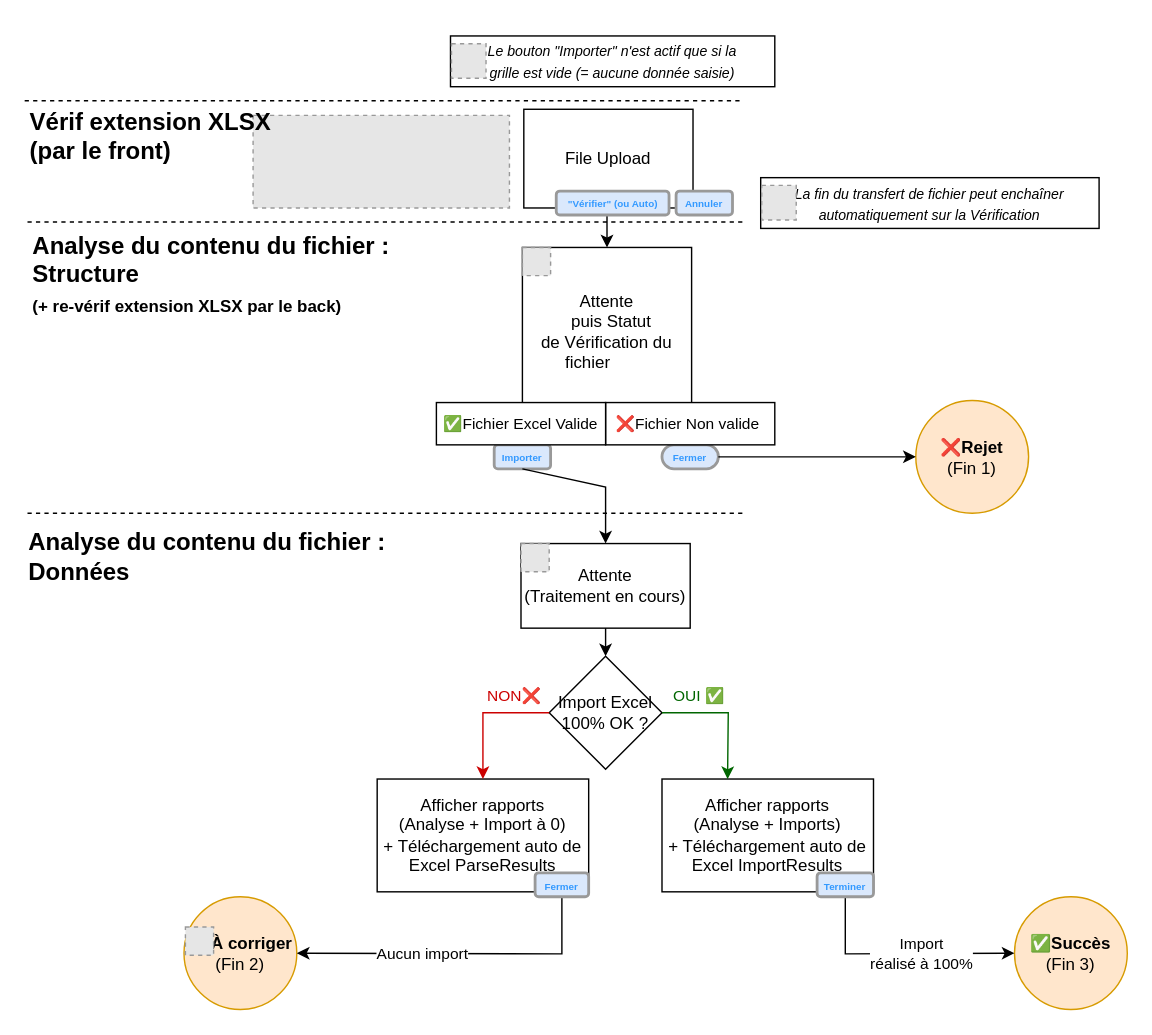
xarich/XRIPersonalWiki keeps this draw.io diagram as Spécifications - draw.io/Import Excel - Diagram d'enchaînement des écrans.drawio. Above is the earlier version. Source tidied: cells renumbered, new cells numbered last; positions are measured from the earlier drawing's top-left corner, leaving out a move shared by most shapes. Both pictures are drawn from the tidied source at 141%, with x=0, y=0 at pixel (24, 35). Pictures stored in the file or linked from it are replaced by grey dashed boxes.
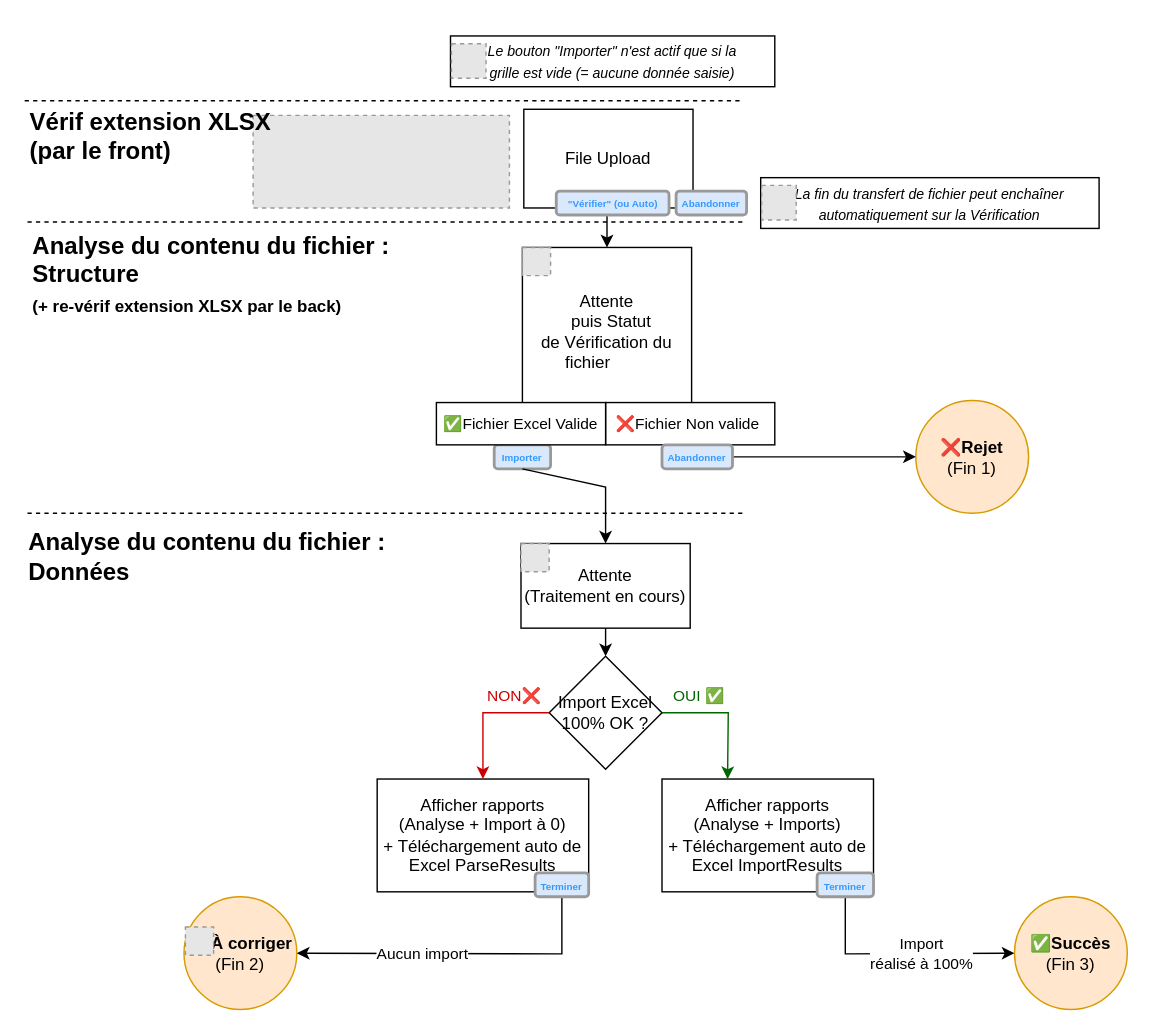
After the change.

Unchanged cells that the change refers to:
```xml
<mxCell id="6" value="❌&lt;b&gt;Rejet&lt;/b&gt;&lt;br&gt;(Fin 1)" style="ellipse;whiteSpace=wrap;html=1;fillColor=#ffe6cc;strokeColor=#d79b00;" parent="1" vertex="1">
  <mxGeometry x="632" y="258.5" width="80" height="80" as="geometry" />
</mxCell>
```

The edit, as a diff of the source:
```diff
@@
-    <mxCell id="22" value="&lt;font size=&quot;1&quot;&gt;&lt;b style=&quot;font-size: 7px&quot;&gt;Fermer&lt;/b&gt;&lt;/font&gt;" style="rounded=1;whiteSpace=wrap;html=1;strokeWidth=2;verticalAlign=bottom;fillColor=#dae8fc;strokeColor=#999999;fontColor=#3399FF;" parent="1" vertex="1">
+    <mxCell id="22" value="&lt;b style=&quot;font-size: 7px;&quot;&gt;Terminer&lt;/b&gt;" style="rounded=1;whiteSpace=wrap;html=1;strokeWidth=2;verticalAlign=bottom;fillColor=#dae8fc;strokeColor=#999999;fontColor=#3399FF;" parent="1" vertex="1">
       <mxGeometry x="362" y="593.5" width="38" height="17" as="geometry" />
     </mxCell>
@@
-    <mxCell id="25" value="&lt;font size=&quot;1&quot;&gt;&lt;b style=&quot;font-size: 7px&quot;&gt;Fermer&lt;/b&gt;&lt;/font&gt;" style="rounded=1;whiteSpace=wrap;html=1;strokeWidth=2;verticalAlign=bottom;fillColor=#dae8fc;strokeColor=#999999;fontColor=#3399FF;arcSize=50;" parent="1" vertex="1">
-      <mxGeometry x="452" y="290" width="40" height="17" as="geometry" />
-    </mxCell>
@@
-    <mxCell id="45" style="endArrow=classic;html=1;rounded=0;fontSize=12;entryX=0;entryY=0.5;entryDx=0;entryDy=0;exitX=1;exitY=0.5;exitDx=0;exitDy=0;" parent="1" edge="1" source="25" target="6">
-      <mxGeometry relative="1" as="geometry" />
+    <mxCell id="45" style="endArrow=classic;html=1;rounded=0;fontSize=12;entryX=0;entryY=0.5;entryDx=0;entryDy=0;exitX=1;exitY=0.5;exitDx=0;exitDy=0;" parent="1" edge="1" target="6">
+      <mxGeometry relative="1" as="geometry">
+        <mxPoint x="497" y="298.5" as="sourcePoint" />
+      </mxGeometry>
     </mxCell>
@@
-    <mxCell id="47" value="&lt;font size=&quot;1&quot;&gt;&lt;b style=&quot;font-size: 7px&quot;&gt;Annuler&lt;/b&gt;&lt;/font&gt;" style="rounded=1;whiteSpace=wrap;html=1;strokeWidth=2;verticalAlign=bottom;fillColor=#dae8fc;strokeColor=#999999;fontColor=#3399FF;" parent="1" vertex="1">
-      <mxGeometry x="462" y="110" width="40" height="17" as="geometry" />
+    <mxCell id="47" value="&lt;font size=&quot;1&quot;&gt;&lt;span style=&quot;font-size: 7px&quot;&gt;Abandonner&lt;/span&gt;&lt;/font&gt;" style="rounded=1;whiteSpace=wrap;html=1;strokeWidth=2;verticalAlign=bottom;fillColor=#dae8fc;strokeColor=#999999;fontColor=#3399FF;fontStyle=1;" parent="1" vertex="1">
+      <mxGeometry x="462" y="110" width="50" height="17" as="geometry" />
     </mxCell>
+    <mxCell id="48" value="&lt;font size=&quot;1&quot;&gt;&lt;span style=&quot;font-size: 7px&quot;&gt;Abandonner&lt;/span&gt;&lt;/font&gt;" style="rounded=1;whiteSpace=wrap;html=1;strokeWidth=2;verticalAlign=bottom;fillColor=#dae8fc;strokeColor=#999999;fontColor=#3399FF;fontStyle=1;" parent="1" vertex="1">
+      <mxGeometry x="452" y="290" width="50" height="17" as="geometry" />
+    </mxCell>
```
